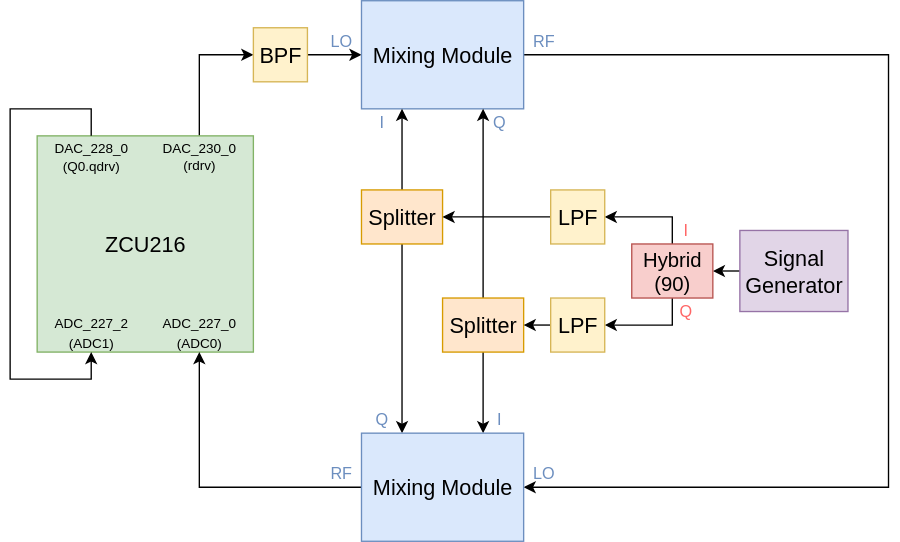
Earlier version of the draw.io export images/readout_emulator.svg (ghuangatlbl/qubictutorial). Source tidied: cells renumbered, new cells last; positions are measured from the earlier drawing's top-left corner, leaving out a move shared by most shapes.
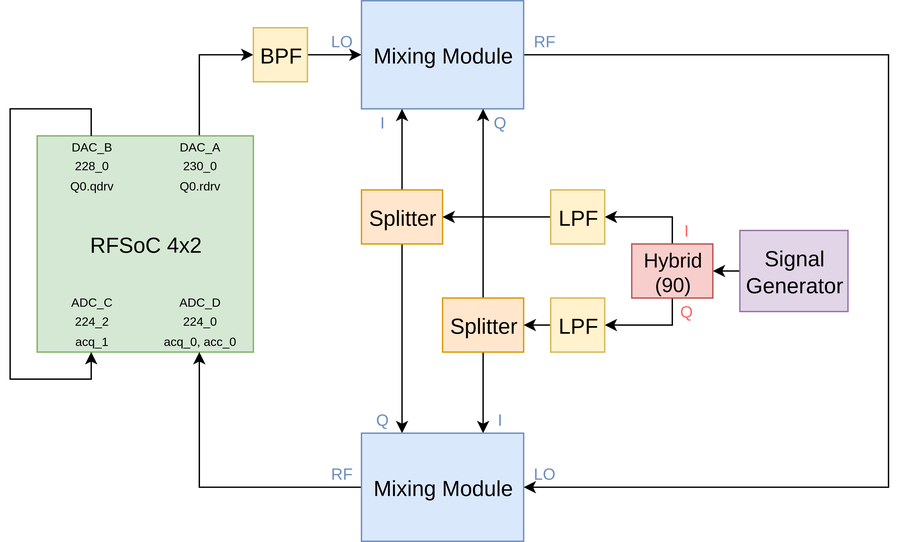
The same file after the commit.

Commit message:
add diagram for rfsoc 4x2

The edit, as a diff of the source:
```diff
@@ -5,7 +5,7 @@
     <mxCell id="2" style="edgeStyle=orthogonalEdgeStyle;rounded=0;jettySize=auto;html=1;exitX=0.75;exitY=0;exitDx=0;exitDy=0;entryX=0;entryY=0.5;entryDx=0;entryDy=0;" parent="1" edge="1" source="3" target="5">
       <mxGeometry relative="1" as="geometry" />
     </mxCell>
-    <mxCell id="3" value="&lt;font style=&quot;font-size: 16px;&quot;&gt;ZCU216&lt;/font&gt;" style="rounded=0;whiteSpace=wrap;html=1;fillColor=#d5e8d4;strokeColor=#82b366;" parent="1" vertex="1">
+    <mxCell id="3" value="&lt;font style=&quot;font-size: 16px;&quot;&gt;RFSoC 4x2&lt;/font&gt;" style="rounded=0;whiteSpace=wrap;html=1;fillColor=#d5e8d4;strokeColor=#82b366;" parent="1" vertex="1">
       <mxGeometry x="20" y="100" width="160" height="160" as="geometry" />
     </mxCell>
     <mxCell id="4" style="edgeStyle=orthogonalEdgeStyle;rounded=0;jettySize=auto;html=1;exitX=1;exitY=0.5;exitDx=0;exitDy=0;entryX=0;entryY=0.5;entryDx=0;entryDy=0;" parent="1" edge="1" source="5" target="7">
@@ -76,14 +76,14 @@
     <mxCell id="24" value="&lt;font style=&quot;font-size: 16px;&quot;&gt;LPF&lt;/font&gt;" style="rounded=0;whiteSpace=wrap;html=1;fillColor=#fff2cc;strokeColor=#d6b656;" parent="1" vertex="1">
       <mxGeometry x="400" y="220" width="40" height="40" as="geometry" />
     </mxCell>
-    <mxCell id="25" value="&lt;div style=&quot;font-size: 10px;&quot;&gt;&lt;font style=&quot;font-size: 10px;&quot;&gt;DAC_230_0&lt;/font&gt;&lt;/div&gt;&lt;div style=&quot;font-size: 10px;&quot;&gt;&lt;font style=&quot;font-size: 10px;&quot;&gt;(rdrv)&lt;/font&gt;&lt;/div&gt;" style="text;html=1;strokeColor=none;fillColor=none;align=center;verticalAlign=middle;whiteSpace=wrap;rounded=0;" parent="1" vertex="1">
-      <mxGeometry x="110" y="100" width="60" height="30" as="geometry" />
+    <mxCell id="25" value="&lt;div&gt;&lt;font style=&quot;font-size: 9px;&quot;&gt;DAC_A&lt;/font&gt;&lt;/div&gt;&lt;div&gt;&lt;font style=&quot;font-size: 9px;&quot;&gt;230_0&lt;/font&gt;&lt;/div&gt;&lt;div&gt;&lt;font style=&quot;font-size: 9px;&quot;&gt;Q0.rdrv&lt;/font&gt;&lt;/div&gt;" style="text;html=1;strokeColor=none;fillColor=none;align=center;verticalAlign=middle;whiteSpace=wrap;rounded=0;" parent="1" vertex="1">
+      <mxGeometry x="110" y="106" width="60" height="30" as="geometry" />
     </mxCell>
-    <mxCell id="26" value="&lt;font style=&quot;font-size: 10px;&quot;&gt;DAC_228_0&lt;br&gt;&lt;/font&gt;&lt;div style=&quot;font-size: 10px;&quot;&gt;&lt;font style=&quot;font-size: 10px;&quot;&gt;(Q0.qdrv)&lt;/font&gt;&lt;/div&gt;" style="text;html=1;strokeColor=none;fillColor=none;align=center;verticalAlign=middle;whiteSpace=wrap;rounded=0;" parent="1" vertex="1">
-      <mxGeometry x="30" y="100" width="60" height="30" as="geometry" />
+    <mxCell id="26" value="&lt;div&gt;&lt;font style=&quot;font-size: 9px;&quot;&gt;DAC_B&lt;/font&gt;&lt;/div&gt;&lt;div&gt;&lt;font style=&quot;font-size: 9px;&quot;&gt;228_0&lt;/font&gt;&lt;/div&gt;&lt;div&gt;&lt;font style=&quot;font-size: 9px;&quot;&gt;Q0.qdrv&lt;/font&gt;&lt;/div&gt;" style="text;html=1;strokeColor=none;fillColor=none;align=center;verticalAlign=middle;whiteSpace=wrap;rounded=0;" parent="1" vertex="1">
+      <mxGeometry x="30" y="106" width="60" height="30" as="geometry" />
     </mxCell>
-    <mxCell id="27" value="&lt;div&gt;&lt;font style=&quot;font-size: 10px;&quot;&gt;ADC_227_0&lt;/font&gt;&lt;/div&gt;&lt;div&gt;&lt;font style=&quot;font-size: 10px;&quot;&gt;(ADC0)&lt;/font&gt;&lt;/div&gt;" style="text;html=1;strokeColor=none;fillColor=none;align=center;verticalAlign=middle;whiteSpace=wrap;rounded=0;" parent="1" vertex="1">
-      <mxGeometry x="110" y="230" width="60" height="30" as="geometry" />
+    <mxCell id="27" value="&lt;div&gt;&lt;font style=&quot;font-size: 9px;&quot;&gt;ADC_D&lt;/font&gt;&lt;/div&gt;&lt;div&gt;&lt;font style=&quot;font-size: 9px;&quot;&gt;224_0&lt;/font&gt;&lt;/div&gt;&lt;div&gt;&lt;font style=&quot;font-size: 9px;&quot;&gt;acq_0, acc_0&lt;/font&gt;&lt;/div&gt;" style="text;html=1;strokeColor=none;fillColor=none;align=center;verticalAlign=middle;whiteSpace=wrap;rounded=0;" parent="1" vertex="1">
+      <mxGeometry x="110" y="221" width="60" height="30" as="geometry" />
     </mxCell>
     <mxCell id="28" value="&lt;font color=&quot;#6c8ebf&quot;&gt;Q&lt;/font&gt;" style="text;html=1;strokeColor=none;fillColor=none;align=center;verticalAlign=middle;whiteSpace=wrap;rounded=0;" parent="1" vertex="1">
       <mxGeometry x="347" y="80" width="30" height="20" as="geometry" />
@@ -115,7 +115,7 @@
     <mxCell id="37" value="&lt;font color=&quot;#ff6666&quot;&gt;Q&lt;/font&gt;" style="text;html=1;strokeColor=none;fillColor=none;align=center;verticalAlign=middle;whiteSpace=wrap;rounded=0;" parent="1" vertex="1">
       <mxGeometry x="490" y="220" width="20" height="20" as="geometry" />
     </mxCell>
-    <mxCell id="38" style="edgeStyle=orthogonalEdgeStyle;rounded=0;jettySize=auto;html=1;exitX=0.5;exitY=0;exitDx=0;exitDy=0;entryX=0.5;entryY=1;entryDx=0;entryDy=0;" parent="1" edge="1" source="26" target="39">
+    <mxCell id="38" style="edgeStyle=orthogonalEdgeStyle;rounded=0;orthogonalLoop=1;jettySize=auto;html=1;exitX=0.25;exitY=0;exitDx=0;exitDy=0;entryX=0.25;entryY=1;entryDx=0;entryDy=0;" parent="1" edge="1" source="3" target="3">
       <mxGeometry relative="1" as="geometry">
         <Array as="points">
           <mxPoint x="60" y="80" />
@@ -125,8 +125,8 @@
         </Array>
       </mxGeometry>
     </mxCell>
-    <mxCell id="39" value="&lt;div&gt;&lt;font style=&quot;font-size: 10px;&quot;&gt;ADC_227_2&lt;/font&gt;&lt;/div&gt;&lt;div&gt;&lt;font style=&quot;font-size: 10px;&quot;&gt;(ADC1)&lt;/font&gt;&lt;/div&gt;" style="text;html=1;strokeColor=none;fillColor=none;align=center;verticalAlign=middle;whiteSpace=wrap;rounded=0;" parent="1" vertex="1">
-      <mxGeometry x="30" y="230" width="60" height="30" as="geometry" />
+    <mxCell id="39" value="&lt;div&gt;&lt;font style=&quot;font-size: 9px;&quot;&gt;ADC_C&lt;/font&gt;&lt;/div&gt;&lt;div&gt;&lt;font style=&quot;font-size: 9px;&quot;&gt;224_2&lt;/font&gt;&lt;/div&gt;&lt;div&gt;&lt;font style=&quot;font-size: 9px;&quot;&gt;acq_1&lt;/font&gt;&lt;/div&gt;" style="text;html=1;strokeColor=none;fillColor=none;align=center;verticalAlign=middle;whiteSpace=wrap;rounded=0;" parent="1" vertex="1">
+      <mxGeometry x="30" y="221" width="60" height="30" as="geometry" />
     </mxCell>
   </root>
 </mxGraphModel>
```
